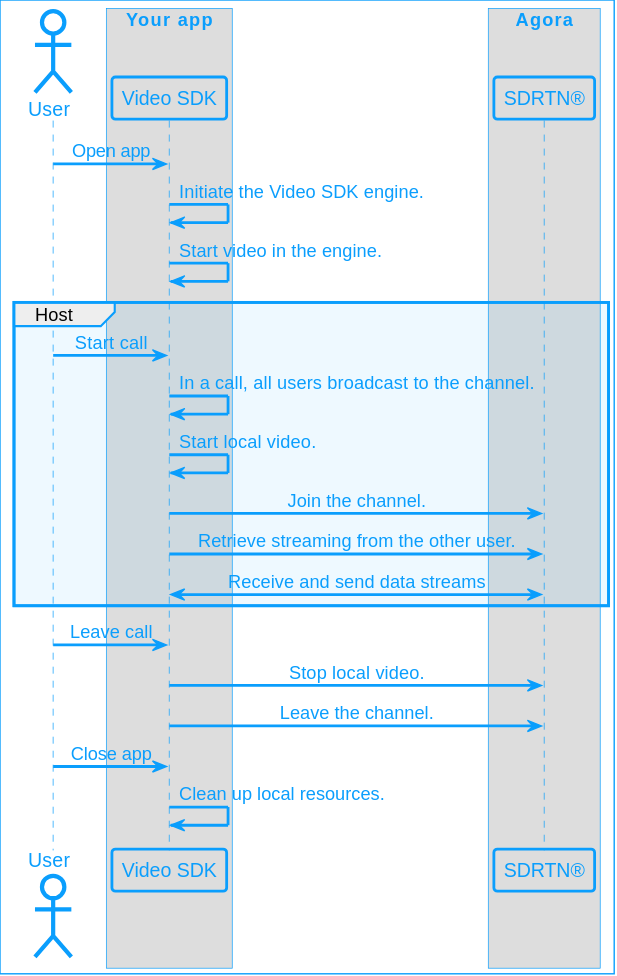
Earlier version of the PlantUML export assets/images/rtc-sdk/video-call-logic-template.svg (AgoraIO/Docs-Source). Its diagram source:
```plantuml
@startuml
!include agora_skin.iuml

actor "User" as USR

box "Your app"

participant "Video SDK" as APP

end box

box "Agora"

participant "SDRTN®" as API

end box

USR -> APP: Open app
APP -> APP: Initiate the Video SDK engine.
APP -> APP: Start video in the engine.
group Host
USR -> APP: Start call
APP -> APP: In a call, all users broadcast to the channel.
APP -> APP: Start local video.
APP -> API: Join the channel.
APP -> API: Retrieve streaming from the other user.
API <-> APP: Receive and send data streams
end


USR -> APP: Leave call
APP -> API: Stop local video.
APP -> API: Leave the channel.

USR -> APP: Close app
APP -> APP: Clean up local resources.
@enduml
```
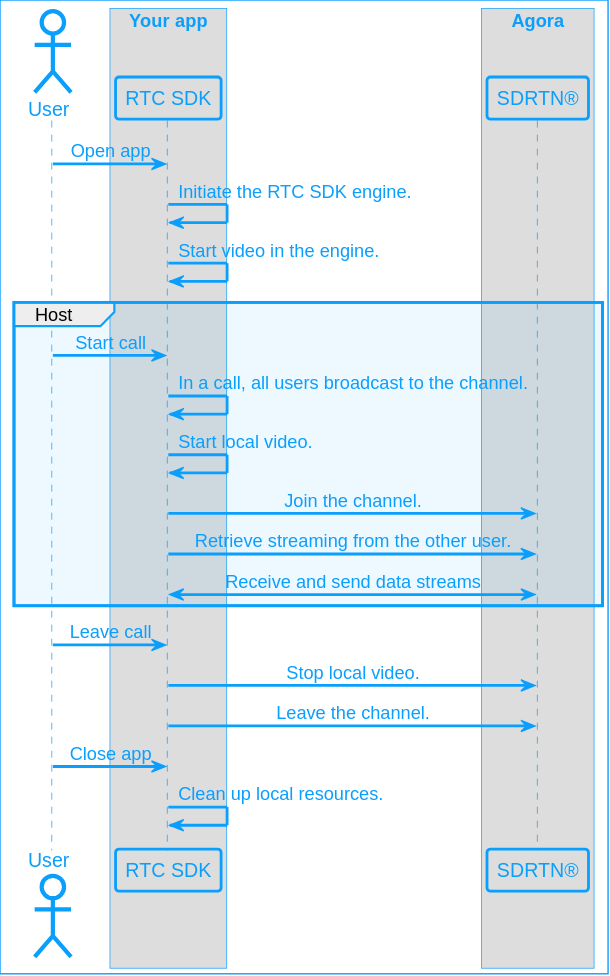
The same file after the commit.

What changed in the source:
```diff
@@ -5,7 +5,7 @@
 
 box "Your app"
 
-participant "Video SDK" as APP
+participant "RTC SDK" as APP
 
 end box
 
@@ -16,7 +16,7 @@
 end box
 
 USR -> APP: Open app
-APP -> APP: Initiate the Video SDK engine.
+APP -> APP: Initiate the RTC SDK engine.
 APP -> APP: Start video in the engine.
 group Host
 USR -> APP: Start call
```
